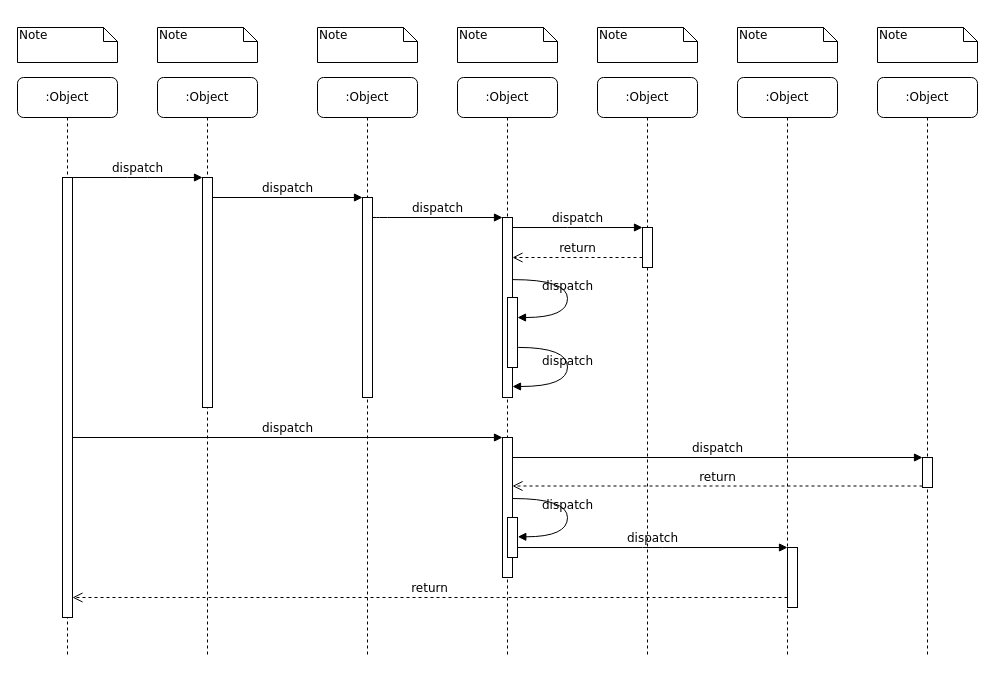
Earlier version of the draw.io diagram sequence_1.drawio (randomunrandom/MSS). Source tidied: cells renumbered, new cells numbered last; positions are measured from the earlier drawing's top-left corner, leaving out a move shared by most shapes. Both pictures are drawn from the tidied source at 100%, with x=0, y=0 at pixel (17, 27).
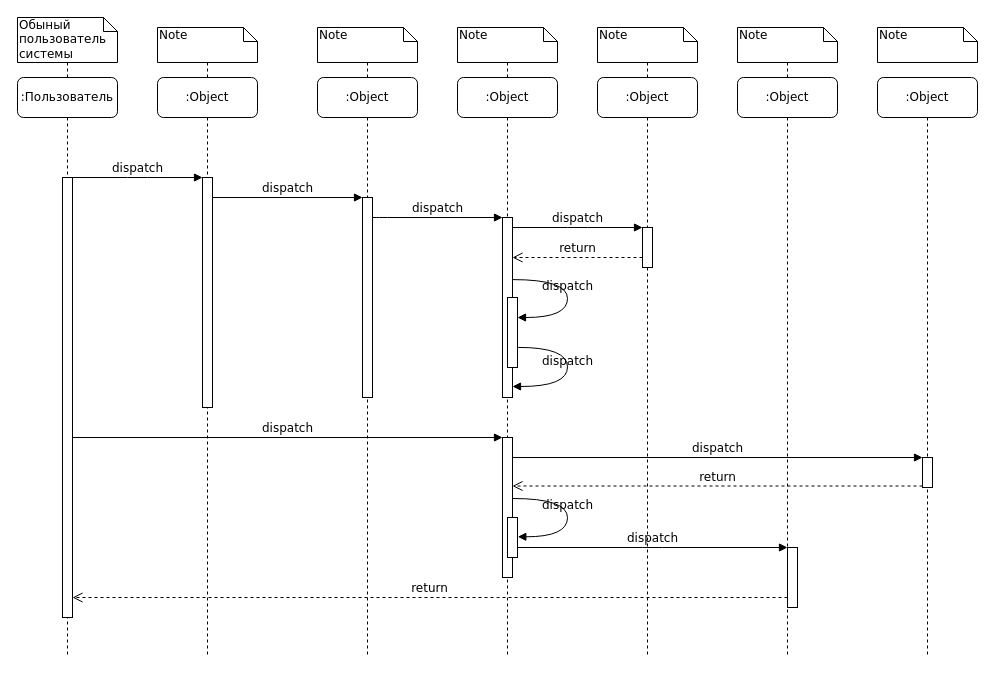
The same diagram, later.

Unchanged cells that the change refers to:
```xml
<mxCell id="2" value=":Object" style="shape=umlLifeline;perimeter=lifelinePerimeter;whiteSpace=wrap;html=1;outlineConnect=0;rounded=1;shadow=0;comic=0;labelBackgroundColor=none;strokeWidth=1;fontFamily=Verdana;fontSize=12;align=center;" parent="1" vertex="1">
  <mxGeometry x="140" y="50" width="100" height="580" as="geometry" />
</mxCell>
<mxCell id="4" value=":Object" style="shape=umlLifeline;perimeter=lifelinePerimeter;whiteSpace=wrap;html=1;outlineConnect=0;rounded=1;shadow=0;comic=0;labelBackgroundColor=none;strokeWidth=1;fontFamily=Verdana;fontSize=12;align=center;" parent="1" vertex="1">
  <mxGeometry x="300" y="50" width="100" height="580" as="geometry" />
</mxCell>
<mxCell id="6" value=":Object" style="shape=umlLifeline;perimeter=lifelinePerimeter;whiteSpace=wrap;html=1;outlineConnect=0;rounded=1;shadow=0;comic=0;labelBackgroundColor=none;strokeWidth=1;fontFamily=Verdana;fontSize=12;align=center;" parent="1" vertex="1">
  <mxGeometry x="440" y="50" width="100" height="580" as="geometry" />
</mxCell>
<mxCell id="7" value=":Object" style="shape=umlLifeline;perimeter=lifelinePerimeter;whiteSpace=wrap;html=1;outlineConnect=0;rounded=1;shadow=0;comic=0;labelBackgroundColor=none;strokeWidth=1;fontFamily=Verdana;fontSize=12;align=center;" parent="1" vertex="1">
  <mxGeometry x="580" y="50" width="100" height="580" as="geometry" />
</mxCell>
<mxCell id="8" value=":Object" style="shape=umlLifeline;perimeter=lifelinePerimeter;whiteSpace=wrap;html=1;outlineConnect=0;rounded=1;shadow=0;comic=0;labelBackgroundColor=none;strokeWidth=1;fontFamily=Verdana;fontSize=12;align=center;" parent="1" vertex="1">
  <mxGeometry x="720" y="50" width="100" height="580" as="geometry" />
</mxCell>
<mxCell id="33" value="Note" style="shape=note;whiteSpace=wrap;html=1;size=14;verticalAlign=top;align=left;spacingTop=-6;rounded=0;shadow=0;comic=0;labelBackgroundColor=none;strokeWidth=1;fontFamily=Verdana;fontSize=12;" parent="1" vertex="1">
  <mxGeometry x="140" width="100" height="35" as="geometry" />
</mxCell>
<mxCell id="34" value="Note" style="shape=note;whiteSpace=wrap;html=1;size=14;verticalAlign=top;align=left;spacingTop=-6;rounded=0;shadow=0;comic=0;labelBackgroundColor=none;strokeWidth=1;fontFamily=Verdana;fontSize=12;" parent="1" vertex="1">
  <mxGeometry x="300" width="100" height="35" as="geometry" />
</mxCell>
<mxCell id="35" value="Note" style="shape=note;whiteSpace=wrap;html=1;size=14;verticalAlign=top;align=left;spacingTop=-6;rounded=0;shadow=0;comic=0;labelBackgroundColor=none;strokeWidth=1;fontFamily=Verdana;fontSize=12;" parent="1" vertex="1">
  <mxGeometry x="440" width="100" height="35" as="geometry" />
</mxCell>
<mxCell id="36" value="Note" style="shape=note;whiteSpace=wrap;html=1;size=14;verticalAlign=top;align=left;spacingTop=-6;rounded=0;shadow=0;comic=0;labelBackgroundColor=none;strokeWidth=1;fontFamily=Verdana;fontSize=12;" parent="1" vertex="1">
  <mxGeometry x="580" width="100" height="35" as="geometry" />
</mxCell>
<mxCell id="37" value="Note" style="shape=note;whiteSpace=wrap;html=1;size=14;verticalAlign=top;align=left;spacingTop=-6;rounded=0;shadow=0;comic=0;labelBackgroundColor=none;strokeWidth=1;fontFamily=Verdana;fontSize=12;" parent="1" vertex="1">
  <mxGeometry x="720" width="100" height="35" as="geometry" />
</mxCell>
```

Diff of the diagram source:
```diff
@@
-    <mxCell id="10" value=":Object" style="shape=umlLifeline;perimeter=lifelinePerimeter;whiteSpace=wrap;html=1;outlineConnect=0;rounded=1;shadow=0;comic=0;labelBackgroundColor=none;strokeWidth=1;fontFamily=Verdana;fontSize=12;align=center;" parent="1" vertex="1">
+    <mxCell id="10" value=":Пользователь" style="shape=umlLifeline;perimeter=lifelinePerimeter;whiteSpace=wrap;html=1;outlineConnect=0;rounded=1;shadow=0;comic=0;labelBackgroundColor=none;strokeWidth=1;fontFamily=Verdana;fontSize=12;align=center;" parent="1" vertex="1">
       <mxGeometry y="50" width="100" height="580" as="geometry" />
     </mxCell>
@@
+    <mxCell id="39" style="edgeStyle=orthogonalEdgeStyle;rounded=0;jettySize=auto;html=1;exitX=0.5;exitY=1;exitDx=0;exitDy=0;exitPerimeter=0;entryX=0.5;entryY=0;entryDx=0;entryDy=0;entryPerimeter=0;strokeColor=#000000;endArrow=none;endFill=0;dashed=1;" parent="1" edge="1" source="32" target="10">
+      <mxGeometry relative="1" as="geometry" />
+    </mxCell>
-    <mxCell id="32" value="Note" style="shape=note;whiteSpace=wrap;html=1;size=14;verticalAlign=top;align=left;spacingTop=-6;rounded=0;shadow=0;comic=0;labelBackgroundColor=none;strokeWidth=1;fontFamily=Verdana;fontSize=12;" parent="1" vertex="1">
-      <mxGeometry width="100" height="35" as="geometry" />
+    <mxCell id="32" value="Обыный пользователь системы" style="shape=note;whiteSpace=wrap;html=1;size=14;verticalAlign=top;align=left;spacingTop=-6;rounded=0;shadow=0;comic=0;labelBackgroundColor=none;strokeWidth=1;fontFamily=Verdana;fontSize=12;" parent="1" vertex="1">
+      <mxGeometry y="-10" width="100" height="45" as="geometry" />
     </mxCell>
+    <mxCell id="40" style="edgeStyle=orthogonalEdgeStyle;rounded=0;jettySize=auto;html=1;exitX=0.5;exitY=1;exitDx=0;exitDy=0;exitPerimeter=0;dashed=1;endArrow=none;endFill=0;strokeColor=#000000;entryX=0.5;entryY=0;entryDx=0;entryDy=0;entryPerimeter=0;" parent="1" edge="1" source="33" target="2">
+      <mxGeometry relative="1" as="geometry" />
+    </mxCell>
@@
+    <mxCell id="41" style="edgeStyle=orthogonalEdgeStyle;rounded=0;jettySize=auto;html=1;exitX=0.5;exitY=1;exitDx=0;exitDy=0;exitPerimeter=0;dashed=1;endArrow=none;endFill=0;strokeColor=#000000;entryX=0.5;entryY=0;entryDx=0;entryDy=0;entryPerimeter=0;" parent="1" edge="1" source="34" target="4">
+      <mxGeometry relative="1" as="geometry" />
+    </mxCell>
@@
+    <mxCell id="42" style="edgeStyle=orthogonalEdgeStyle;rounded=0;jettySize=auto;html=1;exitX=0.5;exitY=1;exitDx=0;exitDy=0;exitPerimeter=0;dashed=1;endArrow=none;endFill=0;strokeColor=#000000;entryX=0.5;entryY=0;entryDx=0;entryDy=0;entryPerimeter=0;" parent="1" edge="1" source="35" target="6">
+      <mxGeometry relative="1" as="geometry" />
+    </mxCell>
@@
+    <mxCell id="43" style="edgeStyle=orthogonalEdgeStyle;rounded=0;jettySize=auto;html=1;exitX=0.5;exitY=1;exitDx=0;exitDy=0;exitPerimeter=0;dashed=1;endArrow=none;endFill=0;strokeColor=#000000;entryX=0.5;entryY=0;entryDx=0;entryDy=0;entryPerimeter=0;" parent="1" edge="1" source="36" target="7">
+      <mxGeometry relative="1" as="geometry" />
+    </mxCell>
@@
+    <mxCell id="44" style="edgeStyle=orthogonalEdgeStyle;rounded=0;jettySize=auto;html=1;exitX=0.5;exitY=1;exitDx=0;exitDy=0;exitPerimeter=0;dashed=1;endArrow=none;endFill=0;strokeColor=#000000;entryX=0.5;entryY=0;entryDx=0;entryDy=0;entryPerimeter=0;" parent="1" edge="1" source="37" target="8">
+      <mxGeometry relative="1" as="geometry" />
+    </mxCell>
```
